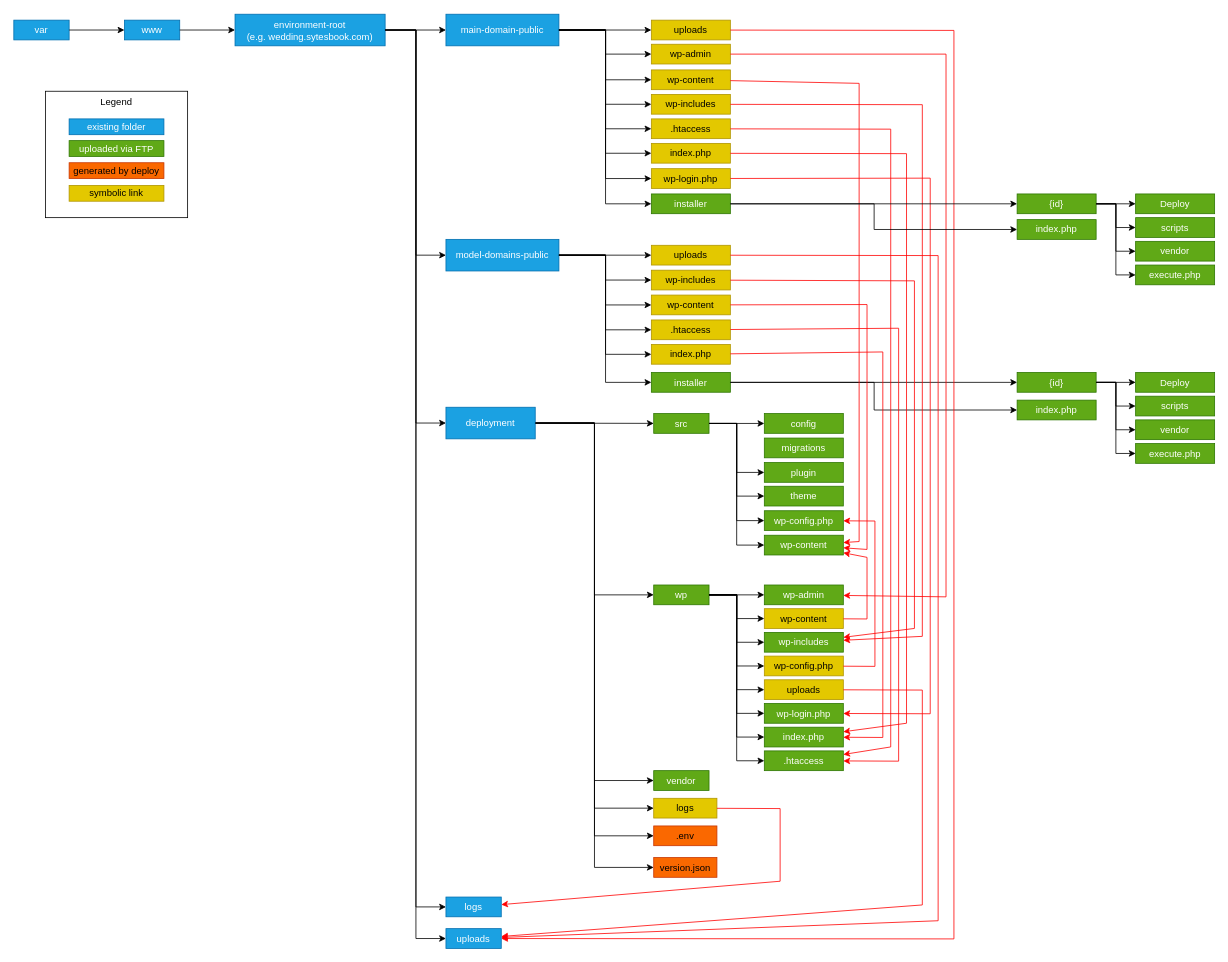
This is page "Server Directory Structure v2" (2 of 4) of docs/sytesbook.wpwedding.deploy.drawio from dkuratowski/sytesbook-wpwedding-deploy, a draw.io file, before an edit. Source tidied: cells renumbered, new cells numbered last; positions are measured from the earlier drawing's top-left corner, leaving out a move shared by most shapes. Both pictures are drawn from the tidied source at 79%, with x=0, y=0 at pixel (13, 13).
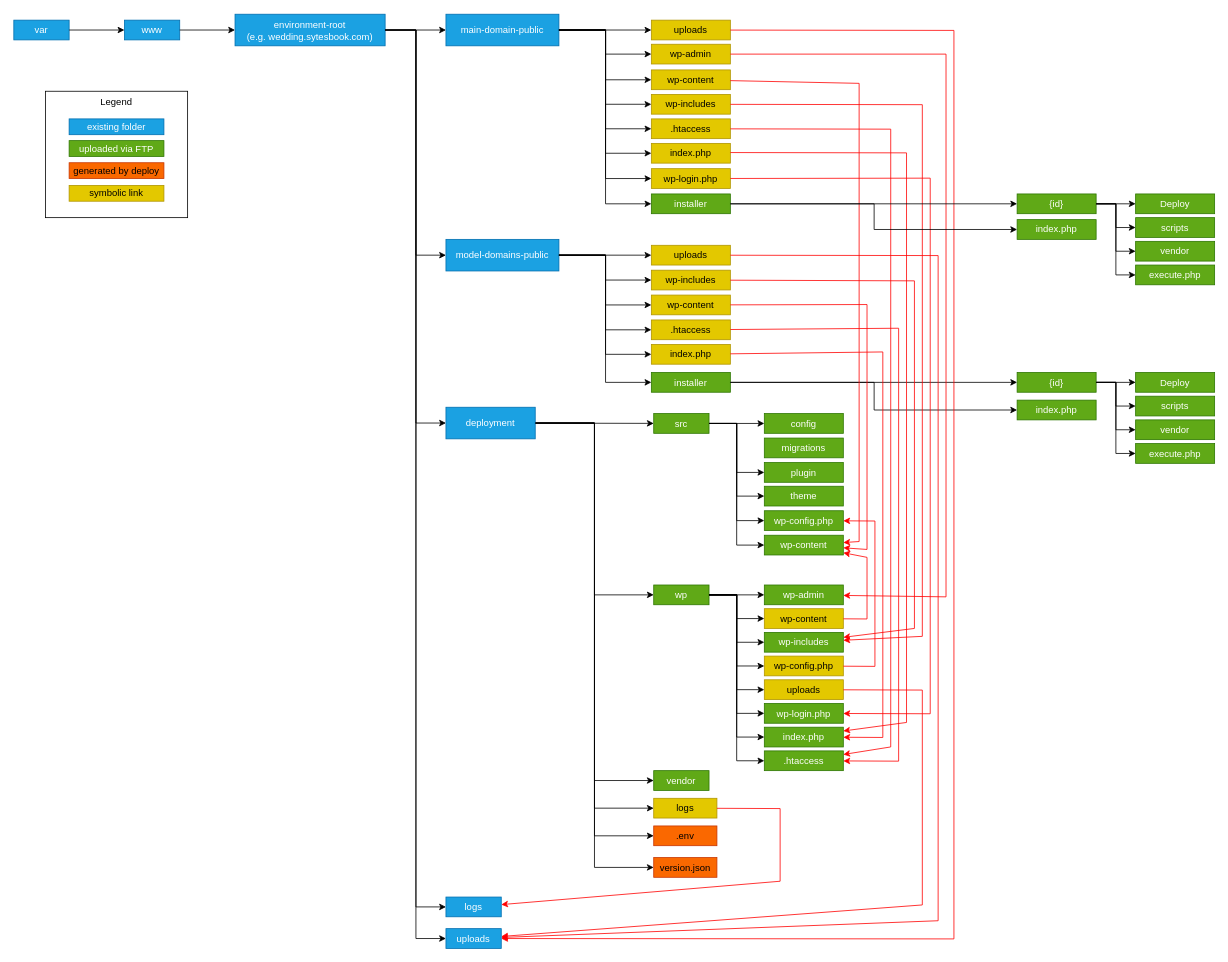
Above is the later version.

Unchanged cells that the change refers to:
```xml
<mxCell id="24" value="index.php" style="rounded=0;whiteSpace=wrap;html=1;fillColor=#e3c800;fontColor=#000000;strokeColor=#B09500;" parent="1" vertex="1">
  <mxGeometry x="807" y="164" width="100" height="25" as="geometry" />
</mxCell>
<mxCell id="54" value="index.php" style="rounded=0;whiteSpace=wrap;html=1;fillColor=#60a917;fontColor=#ffffff;strokeColor=#2D7600;" parent="1" vertex="1">
  <mxGeometry x="950" y="903" width="100" height="25" as="geometry" />
</mxCell>
```

Diff of the diagram source:
```diff
@@
-    <mxCell id="113" style="endArrow=classic;html=1;rounded=0;fillColor=#f8cecc;strokeColor=#FF0000;" parent="1" edge="1" source="24" target="54">
+    <mxCell id="113" style="endArrow=classic;html=1;rounded=0;fillColor=#f8cecc;strokeColor=#FF0000;" parent="1" edge="1">
       <mxGeometry relative="1" as="geometry">
+        <mxPoint x="907" y="175.6" as="sourcePoint" />
+        <mxPoint x="1050" y="907.8" as="targetPoint" />
         <Array as="points">
-          <mxPoint x="1130" y="177" />
-          <mxPoint x="1130" y="898" />
+          <mxPoint x="1130" y="176" />
+          <mxPoint x="1130" y="897" />
         </Array>
       </mxGeometry>
     </mxCell>
```
